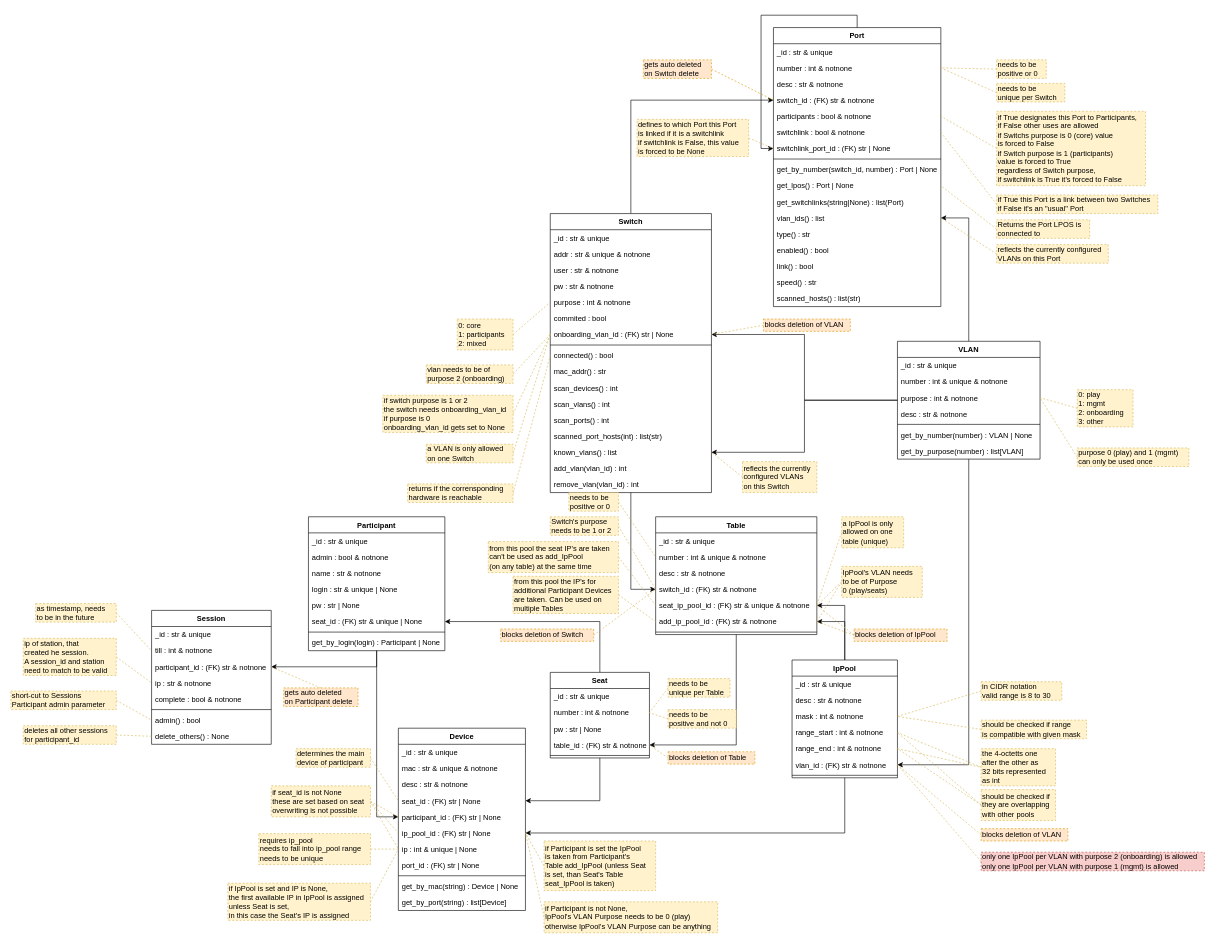
Earlier version of the draw.io diagram docs/elements_classes.drawio (nils-ost/LanPartyOnboardingSystem). Source tidied: cells renumbered, new cells numbered last; positions are measured from the earlier drawing's top-left corner, leaving out a move shared by most shapes. Both pictures are drawn from the tidied source at 62%, with x=0, y=0 at pixel (11, 27).
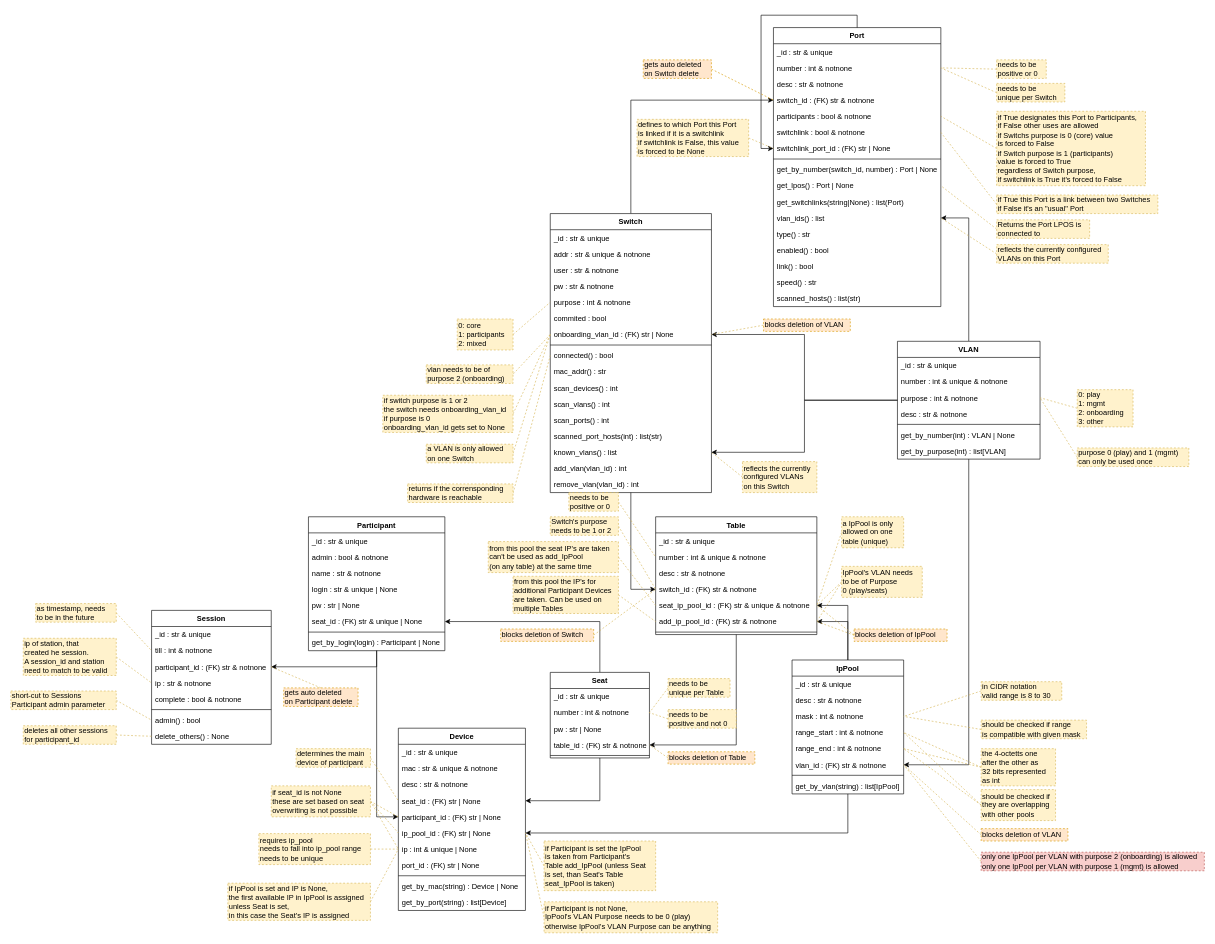
The same page after the edit.

Commit message (it also covers changes not shown here):
added integrit check for mgmt-IpPool and -VLAN

Unchanged cells that the change refers to:
```xml
<mxCell id="4" value="VLAN" style="swimlane;fontStyle=1;align=center;verticalAlign=top;horizontal=1;startSize=26;" parent="1" vertex="1">
  <mxGeometry x="1430" y="506" width="230" height="190" as="geometry" />
</mxCell>
```

The edit, as a diff of the source:
```diff
@@
-    <mxCell id="10" value="get_by_number(number) : VLAN | None" style="text;strokeColor=none;fillColor=none;align=left;verticalAlign=top;spacingLeft=4;spacingRight=4;overflow=hidden;" parent="4" vertex="1">
+    <mxCell id="10" value="get_by_number(int) : VLAN | None" style="text;strokeColor=none;fillColor=none;align=left;verticalAlign=top;spacingLeft=4;spacingRight=4;overflow=hidden;" parent="4" vertex="1">
       <mxGeometry y="138" width="230" height="26" as="geometry" />
     </mxCell>
-    <mxCell id="11" value="get_by_purpose(number) : list[VLAN]" style="text;strokeColor=none;fillColor=none;align=left;verticalAlign=top;spacingLeft=4;spacingRight=4;overflow=hidden;" parent="4" vertex="1">
+    <mxCell id="11" value="get_by_purpose(int) : list[VLAN]" style="text;strokeColor=none;fillColor=none;align=left;verticalAlign=top;spacingLeft=4;spacingRight=4;overflow=hidden;" parent="4" vertex="1">
       <mxGeometry y="164" width="230" height="26" as="geometry" />
     </mxCell>
@@
     <mxCell id="47" value="IpPool" style="swimlane;fontStyle=1;align=center;verticalAlign=top;horizontal=1;startSize=26;" parent="1" vertex="1">
-      <mxGeometry x="1260" y="1020" width="170" height="190" as="geometry" />
+      <mxGeometry x="1260" y="1020" width="180" height="216" as="geometry" />
     </mxCell>
     <mxCell id="48" value="_id : str &amp; unique" style="text;strokeColor=none;fillColor=none;align=left;verticalAlign=top;spacingLeft=4;spacingRight=4;overflow=hidden;" parent="47" vertex="1">
-      <mxGeometry y="26" width="170" height="26" as="geometry" />
+      <mxGeometry y="26" width="180" height="26" as="geometry" />
     </mxCell>
     <mxCell id="49" value="desc : str &amp; notnone" style="text;strokeColor=none;fillColor=none;align=left;verticalAlign=top;spacingLeft=4;spacingRight=4;overflow=hidden;" parent="47" vertex="1">
-      <mxGeometry y="52" width="170" height="26" as="geometry" />
+      <mxGeometry y="52" width="180" height="26" as="geometry" />
     </mxCell>
     <mxCell id="50" value="mask : int &amp; notnone" style="text;strokeColor=none;fillColor=none;align=left;verticalAlign=top;spacingLeft=4;spacingRight=4;overflow=hidden;points=[[0,0.5],[1,0.5]];portConstraint=eastwest;" parent="47" vertex="1">
-      <mxGeometry y="78" width="170" height="26" as="geometry" />
+      <mxGeometry y="78" width="180" height="26" as="geometry" />
     </mxCell>
     <mxCell id="51" value="range_start : int &amp; notnone" style="text;strokeColor=none;fillColor=none;align=left;verticalAlign=top;spacingLeft=4;spacingRight=4;overflow=hidden;points=[[0,0.5],[1,0.5]];portConstraint=eastwest;" parent="47" vertex="1">
-      <mxGeometry y="104" width="170" height="26" as="geometry" />
+      <mxGeometry y="104" width="180" height="26" as="geometry" />
     </mxCell>
     <mxCell id="52" value="range_end : int &amp; notnone" style="text;strokeColor=none;fillColor=none;align=left;verticalAlign=top;spacingLeft=4;spacingRight=4;overflow=hidden;points=[[0,0.5],[1,0.5]];portConstraint=eastwest;" parent="47" vertex="1">
-      <mxGeometry y="130" width="170" height="26" as="geometry" />
+      <mxGeometry y="130" width="180" height="26" as="geometry" />
     </mxCell>
     <mxCell id="53" value="vlan_id : (FK) str &amp; notnone" style="text;align=left;verticalAlign=top;spacingLeft=4;spacingRight=4;overflow=hidden;points=[[0,0.5],[1,0.5]];portConstraint=eastwest;" parent="47" vertex="1">
-      <mxGeometry y="156" width="170" height="26" as="geometry" />
+      <mxGeometry y="156" width="180" height="26" as="geometry" />
     </mxCell>
     <mxCell id="54" style="line;strokeWidth=1;fillColor=none;align=left;verticalAlign=middle;spacingTop=-1;spacingLeft=3;spacingRight=3;labelPosition=right;" parent="47" vertex="1">
-      <mxGeometry y="182" width="170" height="8" as="geometry" />
+      <mxGeometry y="182" width="180" height="8" as="geometry" />
     </mxCell>
+    <mxCell id="209" value="get_by_vlan(string) : list[IpPool]" style="text;align=left;verticalAlign=top;spacingLeft=4;spacingRight=4;overflow=hidden;" parent="47" vertex="1">
+      <mxGeometry y="190" width="180" height="26" as="geometry" />
+    </mxCell>
```
